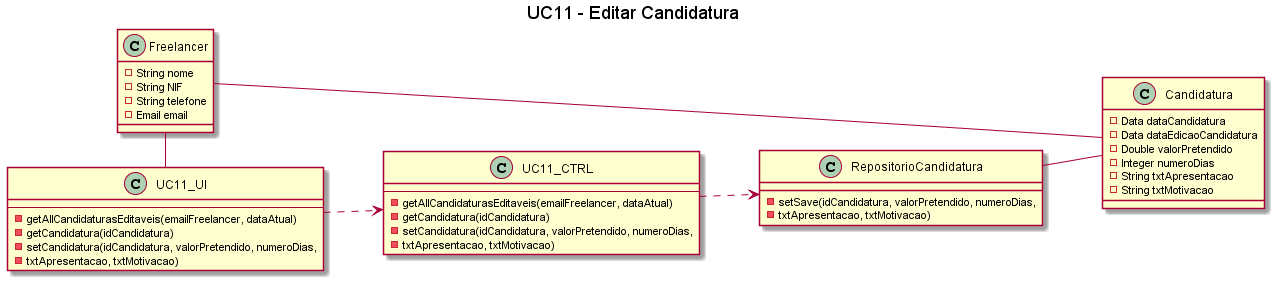
The PlantUML diagram Documentação/Sprint 4/UC11_Editar_Candidatura/UC11_Editar_Candidatura_Diagrama_Classes.png in blestonbandeiraUPSKILL/upskill_java1_labprg_grupo2, before a commit.
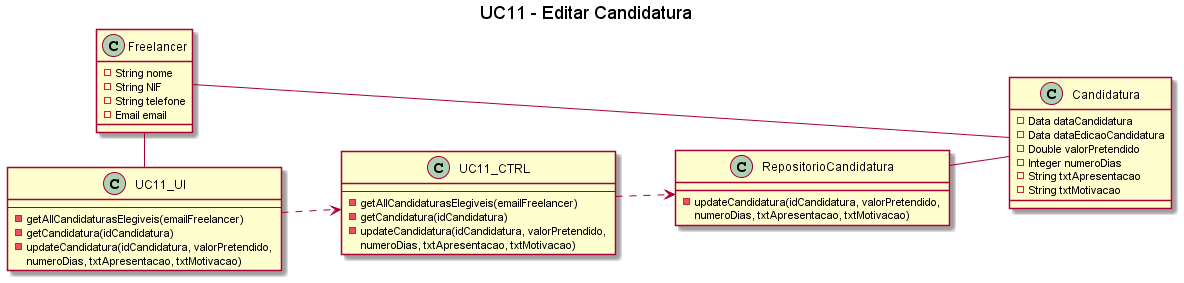
After the commit.

Diff of the diagram source:
```diff
@@ -21,23 +21,20 @@
 
 class UC11_UI{
     --
-    -getAllCandidaturasEditaveis(emailFreelancer, dataAtual)
+    -getAllCandidaturasElegiveis(emailFreelancer)
     -getCandidatura(idCandidatura)
-    -setCandidatura(idCandidatura, valorPretendido, numeroDias,
-    -txtApresentacao, txtMotivacao)
+    -updateCandidatura(idCandidatura, valorPretendido, \nnumeroDias, txtApresentacao, txtMotivacao)
 }
 
 class UC11_CTRL{
     --
-    -getAllCandidaturasEditaveis(emailFreelancer, dataAtual)
+    -getAllCandidaturasElegiveis(emailFreelancer)
     -getCandidatura(idCandidatura)
-    -setCandidatura(idCandidatura, valorPretendido, numeroDias,
-    -txtApresentacao, txtMotivacao)
+    -updateCandidatura(idCandidatura, valorPretendido, \nnumeroDias, txtApresentacao, txtMotivacao)
 }
 
 class RepositorioCandidatura {
-    -setSave(idCandidatura, valorPretendido, numeroDias,
-    -txtApresentacao, txtMotivacao)
+    -updateCandidatura(idCandidatura, valorPretendido, \nnumeroDias, txtApresentacao, txtMotivacao)
 }
 
 UC11_UI ..> UC11_CTRL
```
